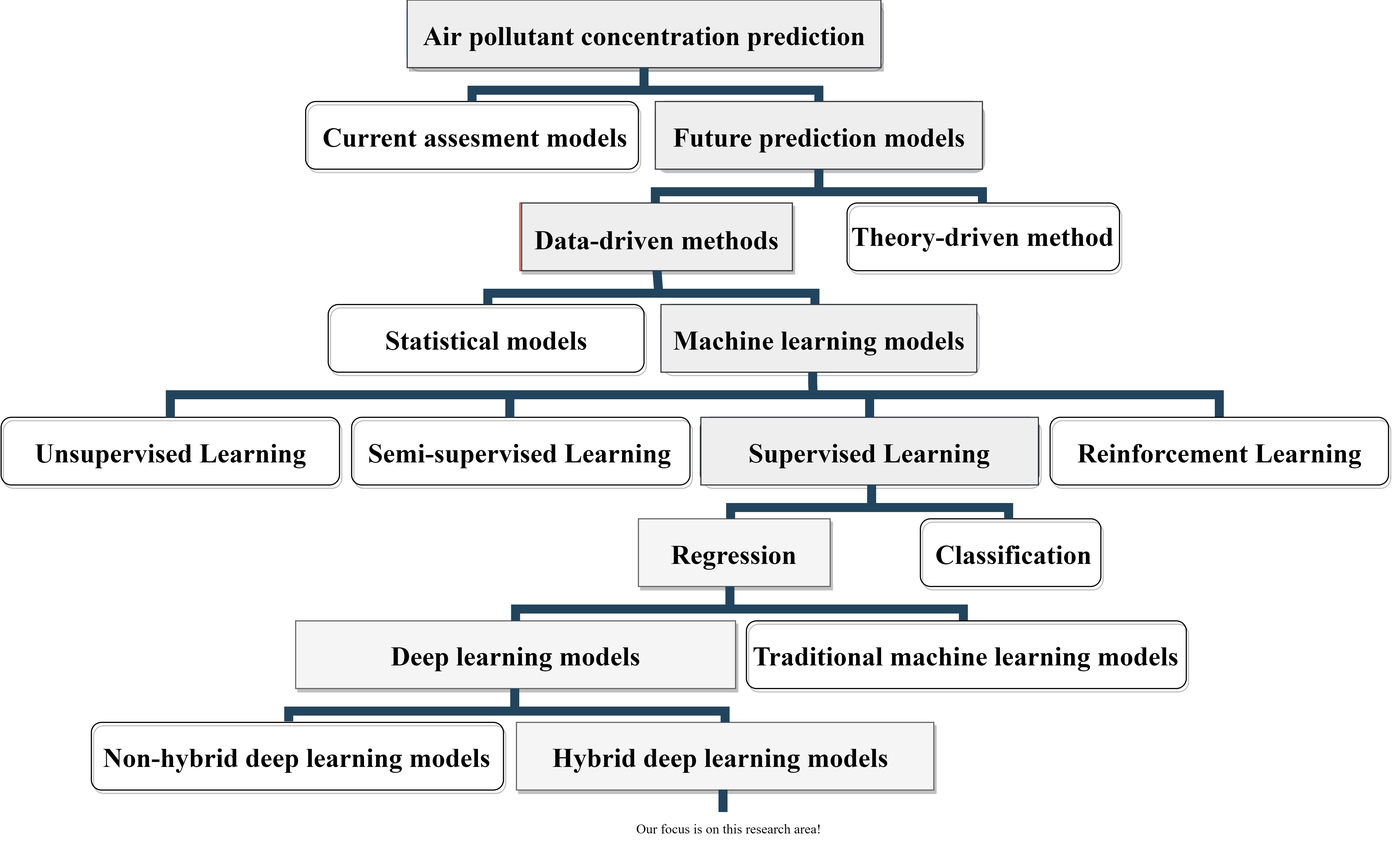
This is img/Classification of existing methods.png from m-t-abbasi/Hybrid-GCN-Air-Quality-Prediction, a draw.io export, as it was before one commit. Source tidied: cells renumbered, new cells last; positions are measured from the earlier drawing's top-left corner, leaving out a move shared by most shapes.
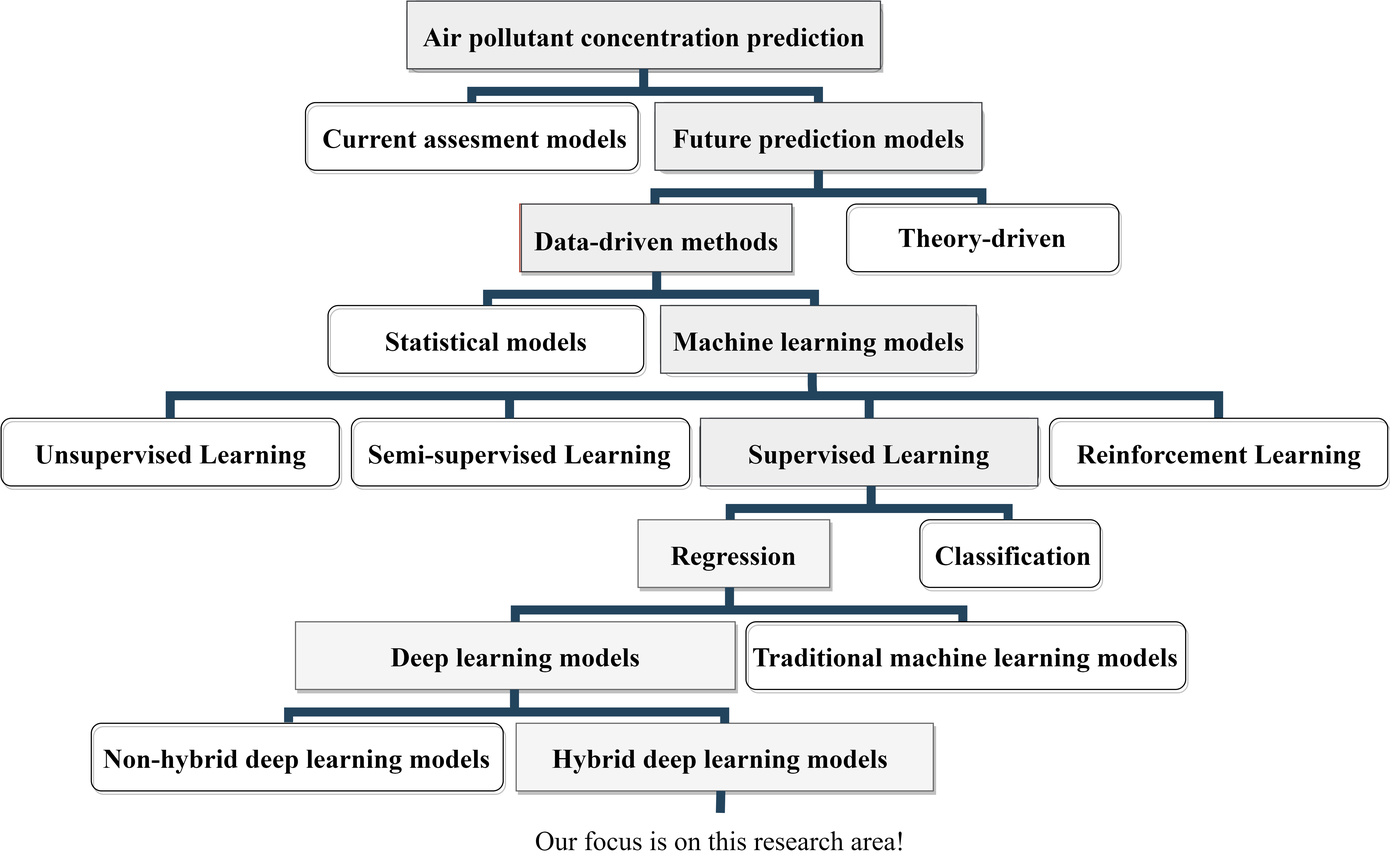
After the change.

Commit message:
Add img folder with images2

Change to the diagram source:
```diff
@@ -190,7 +190,7 @@
         </Array>
       </mxGeometry>
     </mxCell>
-    <mxCell id="43" value="&lt;p&gt;&lt;font style=&quot;font-size: 24px;&quot; face=&quot;Times New Roman&quot;&gt;&lt;b style=&quot;&quot;&gt;Theory-driven method&lt;/b&gt;&lt;/font&gt;&lt;/p&gt;" style="text;html=1;strokeColor=none;fillColor=none;align=center;verticalAlign=middle;whiteSpace=wrap;rounded=0;" parent="1" vertex="1">
+    <mxCell id="43" value="&lt;p&gt;&lt;font style=&quot;font-size: 24px;&quot; face=&quot;Times New Roman&quot;&gt;&lt;b style=&quot;&quot;&gt;Theory-driven&lt;/b&gt;&lt;/font&gt;&lt;/p&gt;" style="text;html=1;strokeColor=none;fillColor=none;align=center;verticalAlign=middle;whiteSpace=wrap;rounded=0;" parent="1" vertex="1">
       <mxGeometry x="745.8" y="180" width="250" height="60" as="geometry" />
     </mxCell>
     <mxCell id="44" style="edgeStyle=orthogonalEdgeStyle;elbow=vertical;rounded=0;fontColor=#000000;endArrow=none;endFill=0;strokeWidth=8;strokeColor=#23445D;entryX=0.5;entryY=1;entryDx=0;entryDy=0;" parent="1" edge="1" target="36">
@@ -243,14 +243,13 @@
         </Array>
       </mxGeometry>
     </mxCell>
-    <mxCell id="52" style="edgeStyle=orthogonalEdgeStyle;elbow=vertical;rounded=0;fontColor=#000000;endArrow=none;endFill=0;strokeWidth=8;strokeColor=#23445D;" parent="1" edge="1">
-      <mxGeometry relative="1" as="geometry">
-        <mxPoint x="640" y="720" as="sourcePoint" />
-        <mxPoint x="640" y="700" as="targetPoint" />
-      </mxGeometry>
-    </mxCell>
+    <mxCell id="54" style="edgeStyle=orthogonalEdgeStyle;elbow=vertical;rounded=0;fontColor=#000000;endArrow=none;endFill=0;strokeWidth=8;strokeColor=#23445D;entryX=0.5;entryY=1;entryDx=0;entryDy=0;" parent="1" edge="1" target="25">
+      <mxGeometry relative="1" as="geometry">
+        <mxPoint x="638" y="720" as="sourcePoint" />
+      </mxGeometry>
+    </mxCell>
-    <mxCell id="53" value="&lt;font face=&quot;Times New Roman&quot;&gt;Our focus is on this research area!&lt;/font&gt;" style="text;html=1;strokeColor=none;fillColor=none;align=center;verticalAlign=middle;whiteSpace=wrap;rounded=0;" parent="1" vertex="1">
-      <mxGeometry x="545.8" y="720" width="200" height="30" as="geometry" />
+    <mxCell id="53" value="&lt;font style=&quot;font-size: 24px;&quot; face=&quot;Times New Roman&quot;&gt;Our focus is on this research area!&lt;/font&gt;" style="text;html=1;strokeColor=none;fillColor=none;align=center;verticalAlign=middle;whiteSpace=wrap;rounded=0;" parent="1" vertex="1">
+      <mxGeometry x="450.9" y="730" width="375" height="30" as="geometry" />
     </mxCell>
   </root>
 </mxGraphModel>
```
